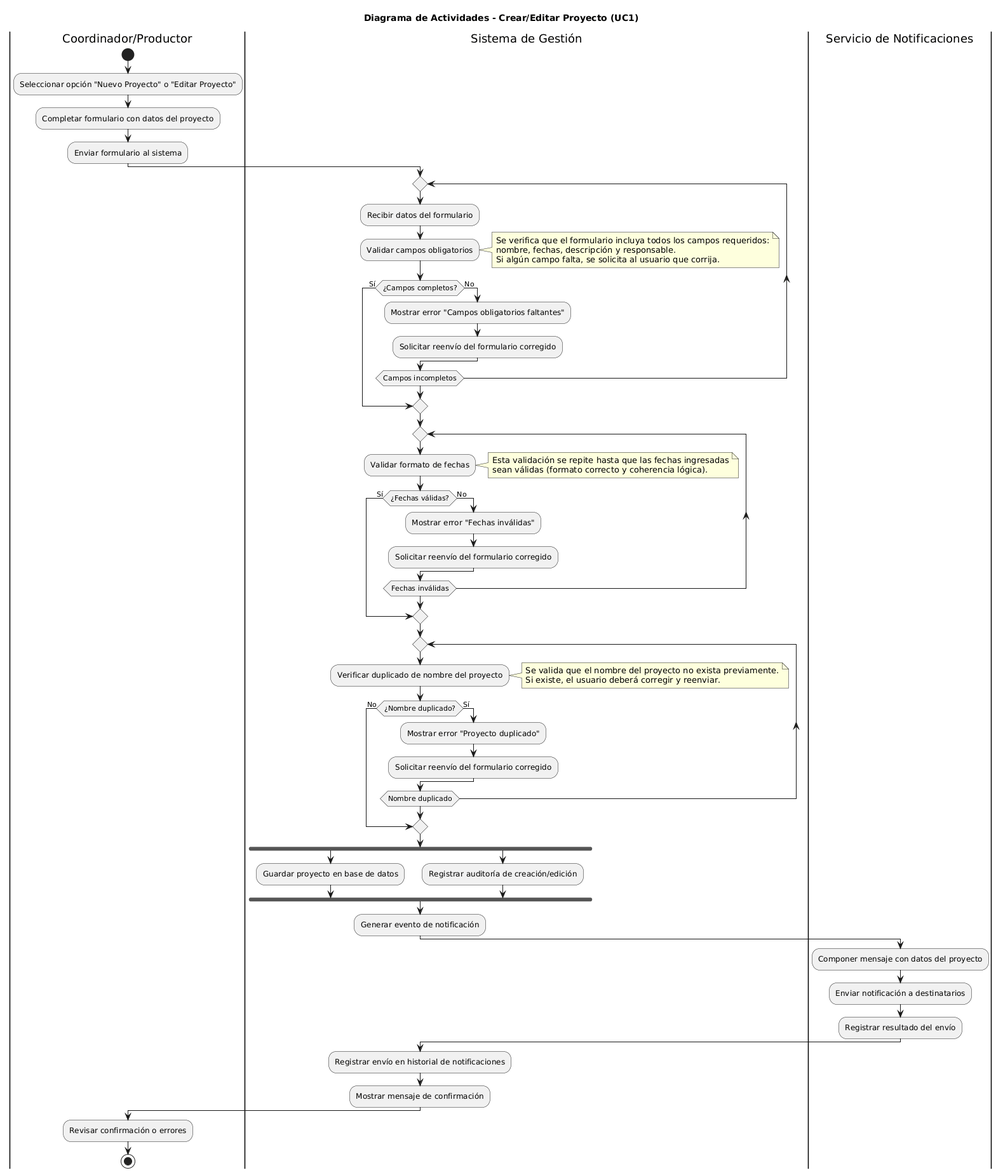
This is diagramas/04-diagramas-actividades/04-actividad-crear-editar-proyecto-01.png from GonzaloBarbano/SistemaProductoraVideos, a PlantUML export, as it was before one commit.
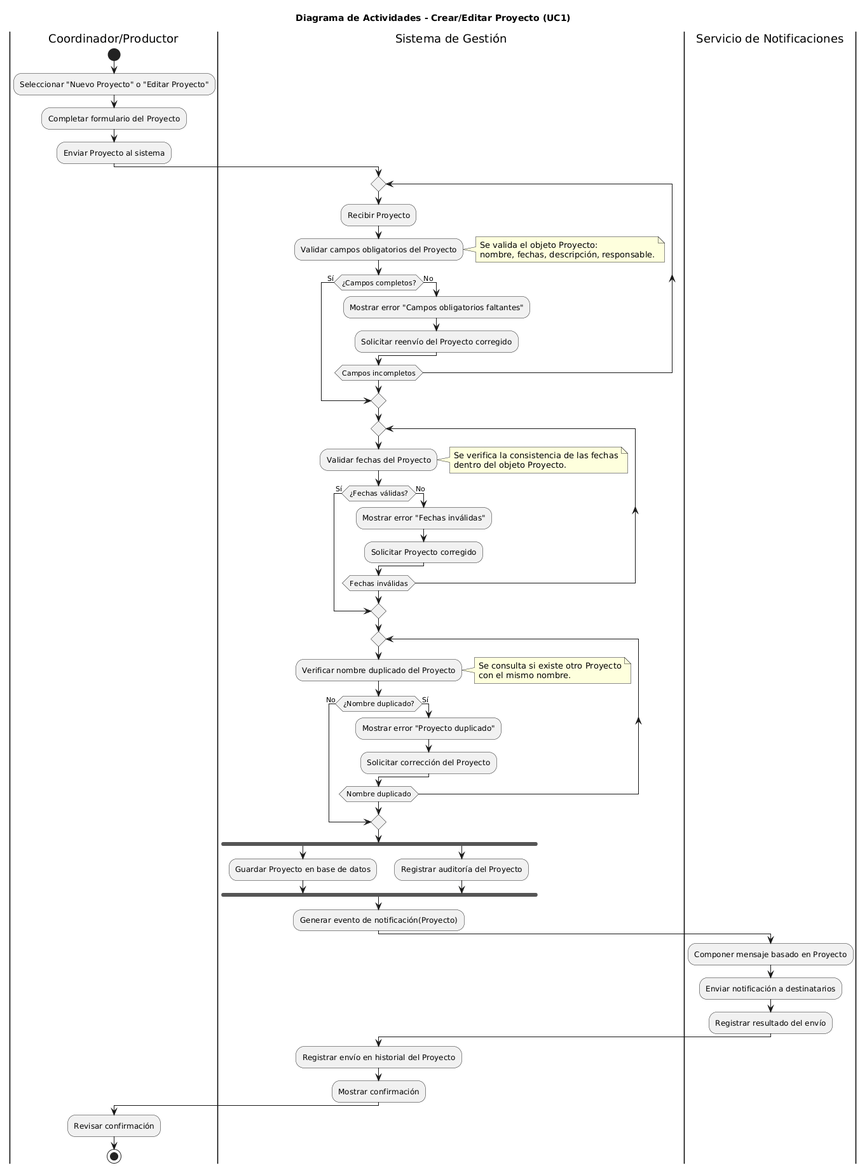
After the change.

What changed in the source:
```diff
@@ -3,76 +3,75 @@
 
 |Coordinador/Productor|
 start
-:Seleccionar opción "Nuevo Proyecto" o "Editar Proyecto";
-:Completar formulario con datos del proyecto;
-:Enviar formulario al sistema;
+:Seleccionar "Nuevo Proyecto" o "Editar Proyecto";
+:Completar formulario del Proyecto;
+:Enviar Proyecto al sistema;
 
 |Sistema de Gestión|
 repeat
-    :Recibir datos del formulario;
-    :Validar campos obligatorios;
+    :Recibir Proyecto;
+    :Validar campos obligatorios del Proyecto;
     note right
-    Se verifica que el formulario incluya todos los campos requeridos:
-    nombre, fechas, descripción y responsable.
-    Si algún campo falta, se solicita al usuario que corrija.
+    Se valida el objeto Proyecto:
+    nombre, fechas, descripción, responsable.
     end note
 
     if (¿Campos completos?) then (Sí)
         break
     else (No)
         :Mostrar error "Campos obligatorios faltantes";
-        :Solicitar reenvío del formulario corregido;
+        :Solicitar reenvío del Proyecto corregido;
     endif
 repeat while (Campos incompletos)
 
 repeat
-    :Validar formato de fechas;
+    :Validar fechas del Proyecto;
     note right
-    Esta validación se repite hasta que las fechas ingresadas
-    sean válidas (formato correcto y coherencia lógica).
+    Se verifica la consistencia de las fechas
+    dentro del objeto Proyecto.
     end note
 
     if (¿Fechas válidas?) then (Sí)
         break
     else (No)
         :Mostrar error "Fechas inválidas";
-        :Solicitar reenvío del formulario corregido;
+        :Solicitar Proyecto corregido;
     endif
 repeat while (Fechas inválidas)
 
 repeat
-    :Verificar duplicado de nombre del proyecto;
+    :Verificar nombre duplicado del Proyecto;
     note right
-    Se valida que el nombre del proyecto no exista previamente.
-    Si existe, el usuario deberá corregir y reenviar.
+    Se consulta si existe otro Proyecto
+    con el mismo nombre.
     end note
 
     if (¿Nombre duplicado?) then (No)
         break
     else (Sí)
         :Mostrar error "Proyecto duplicado";
-        :Solicitar reenvío del formulario corregido;
+        :Solicitar corrección del Proyecto;
     endif
 repeat while (Nombre duplicado)
 
 fork
-    :Guardar proyecto en base de datos;
+    :Guardar Proyecto en base de datos;
 fork again
-    :Registrar auditoría de creación/edición;
+    :Registrar auditoría del Proyecto;
 end fork
 
-:Generar evento de notificación;
+:Generar evento de notificación(Proyecto);
 
 |Servicio de Notificaciones|
-:Componer mensaje con datos del proyecto;
+:Componer mensaje basado en Proyecto;
 :Enviar notificación a destinatarios;
 :Registrar resultado del envío;
 
 |Sistema de Gestión|
-:Registrar envío en historial de notificaciones;
-:Mostrar mensaje de confirmación;
+:Registrar envío en historial del Proyecto;
+:Mostrar confirmación;
 
 |Coordinador/Productor|
-:Revisar confirmación o errores;
+:Revisar confirmación;
 stop
 @enduml
```
